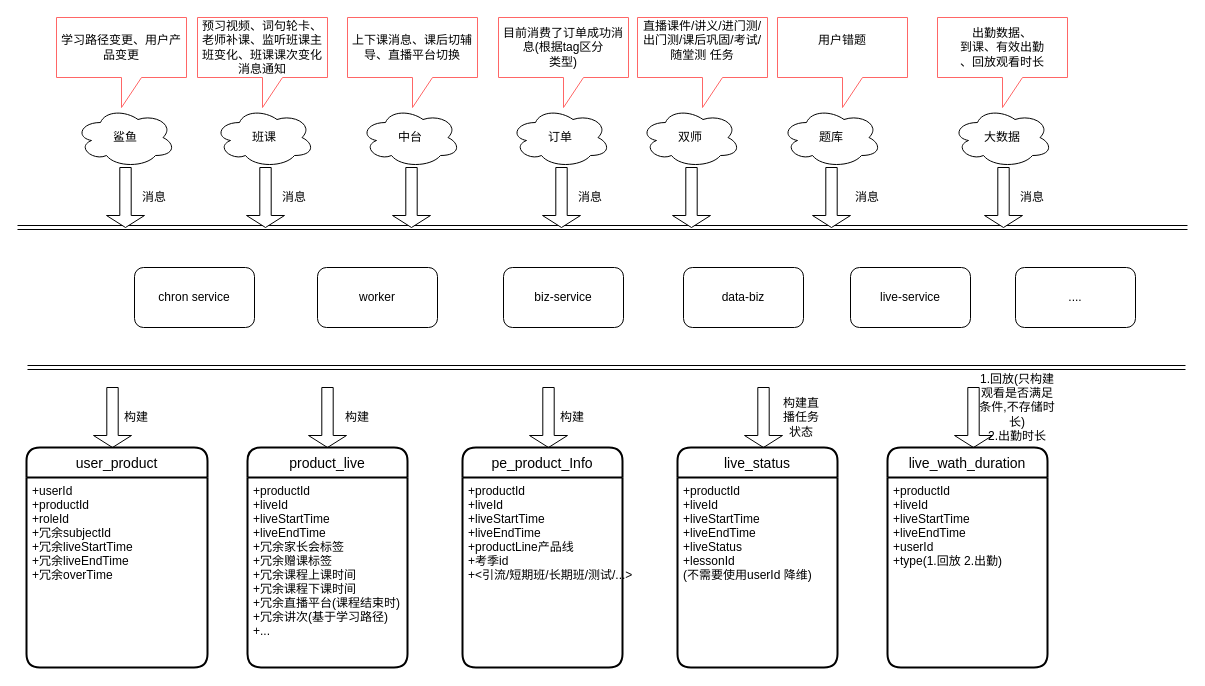
Earlier version of the draw.io diagram Untitled Diagram.drawio (748349009/articles). Source tidied: cells renumbered, new cells numbered last; positions are measured from the earlier drawing's top-left corner, leaving out a move shared by most shapes. Both pictures are drawn from the tidied source at 100%, with x=0, y=0 at pixel (17, 17).
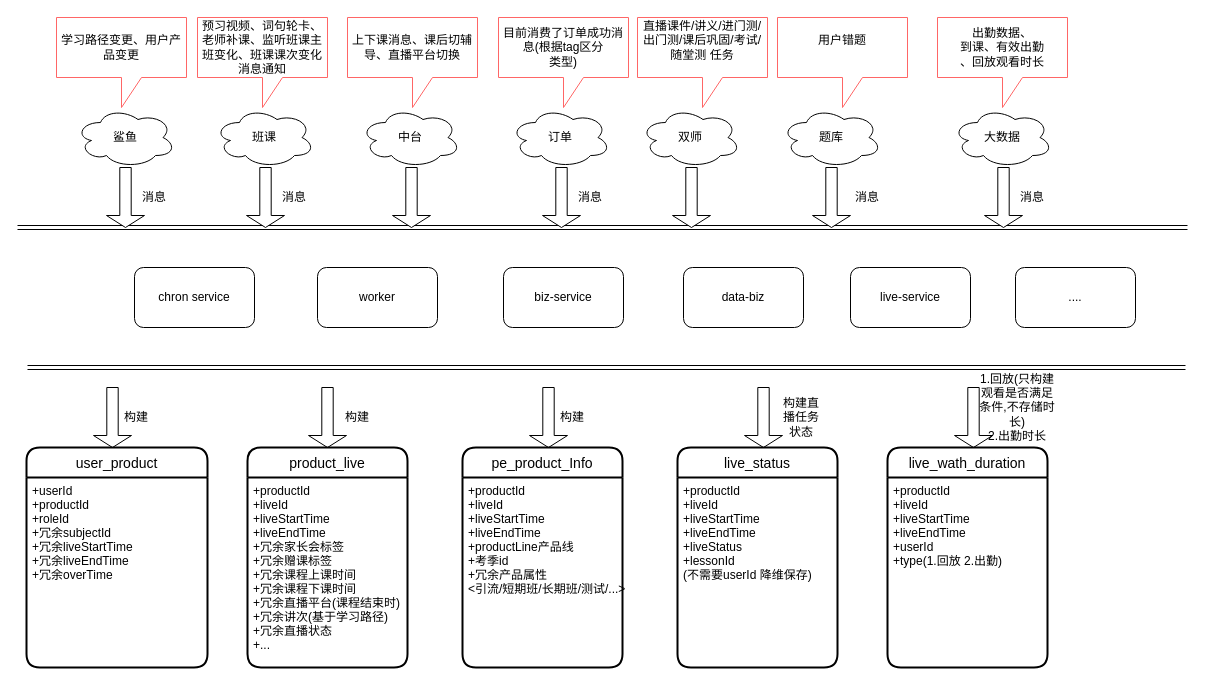
Above is the later version.

Unchanged cells that the change refers to:
```xml
<mxCell id="33" value="live_status" style="swimlane;horizontal=1;startSize=30;rounded=1;fontSize=14;fontStyle=0;strokeWidth=2;shadow=0;dashed=0;align=center;" parent="1" vertex="1">
  <mxGeometry x="660" y="430" width="160" height="220" as="geometry" />
</mxCell>
<mxCell id="35" value="product_live" style="swimlane;horizontal=1;startSize=30;rounded=1;fontSize=14;fontStyle=0;strokeWidth=2;shadow=0;dashed=0;align=center;" parent="1" vertex="1">
  <mxGeometry x="230" y="430" width="160" height="220" as="geometry" />
</mxCell>
<mxCell id="37" value="pe_product_Info" style="swimlane;horizontal=1;startSize=30;rounded=1;fontSize=14;fontStyle=0;strokeWidth=2;shadow=0;dashed=0;align=center;" parent="1" vertex="1">
  <mxGeometry x="445" y="430" width="160" height="220" as="geometry" />
</mxCell>
```

The edit, as a diff of the source:
```diff
@@
-    <mxCell id="34" value="+productId&#10;+liveId&#10;+liveStartTime&#10;+liveEndTime&#10;+liveStatus&#10;+lessonId&#10;(不需要使用userId 降维)" style="align=left;strokeColor=none;fillColor=none;spacingLeft=4;fontSize=12;verticalAlign=top;" parent="33" vertex="1">
+    <mxCell id="34" value="+productId&#10;+liveId&#10;+liveStartTime&#10;+liveEndTime&#10;+liveStatus&#10;+lessonId&#10;(不需要userId 降维保存)" style="align=left;strokeColor=none;fillColor=none;spacingLeft=4;fontSize=12;verticalAlign=top;" parent="33" vertex="1">
       <mxGeometry y="30" width="160" height="190" as="geometry" />
     </mxCell>
@@
-    <mxCell id="36" value="+productId&#10;+liveId&#10;+liveStartTime&#10;+liveEndTime&#10;+冗余家长会标签&#10;+冗余赠课标签&#10;+冗余课程上课时间&#10;+冗余课程下课时间&#10;+冗余直播平台(课程结束时)&#10;+冗余讲次(基于学习路径)&#10;+..." style="align=left;strokeColor=none;fillColor=none;spacingLeft=4;fontSize=12;verticalAlign=top;" parent="35" vertex="1">
+    <mxCell id="36" value="+productId&#10;+liveId&#10;+liveStartTime&#10;+liveEndTime&#10;+冗余家长会标签&#10;+冗余赠课标签&#10;+冗余课程上课时间&#10;+冗余课程下课时间&#10;+冗余直播平台(课程结束时)&#10;+冗余讲次(基于学习路径)&#10;+冗余直播状态&#10;+..." style="align=left;strokeColor=none;fillColor=none;spacingLeft=4;fontSize=12;verticalAlign=top;" parent="35" vertex="1">
       <mxGeometry y="30" width="160" height="190" as="geometry" />
     </mxCell>
@@
-    <mxCell id="38" value="+productId&#10;+liveId&#10;+liveStartTime&#10;+liveEndTime&#10;+productLine产品线&#10;+考季id&#10;+&lt;引流/短期班/长期班/测试/...&gt;&#10;" style="align=left;strokeColor=none;fillColor=none;spacingLeft=4;fontSize=12;verticalAlign=top;" parent="37" vertex="1">
+    <mxCell id="38" value="+productId&#10;+liveId&#10;+liveStartTime&#10;+liveEndTime&#10;+productLine产品线&#10;+考季id&#10;+冗余产品属性&#10;&lt;引流/短期班/长期班/测试/...&gt;&#10;" style="align=left;strokeColor=none;fillColor=none;spacingLeft=4;fontSize=12;verticalAlign=top;" parent="37" vertex="1">
       <mxGeometry y="30" width="160" height="190" as="geometry" />
     </mxCell>
```
